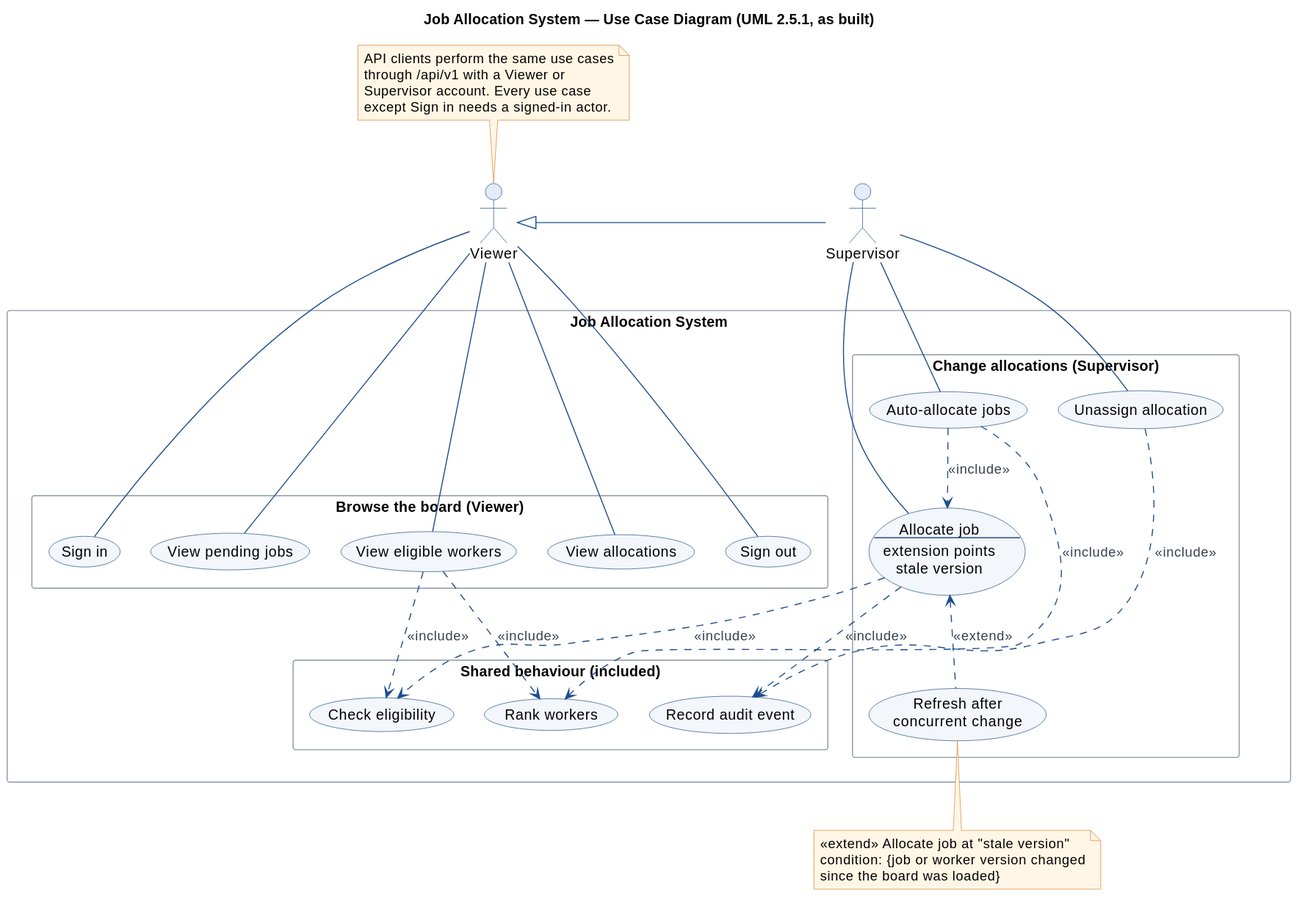
Earlier version of the PlantUML export diagrams/svg/15-usecase.svg (jaricsng/ooad-3tier-job-allocation).
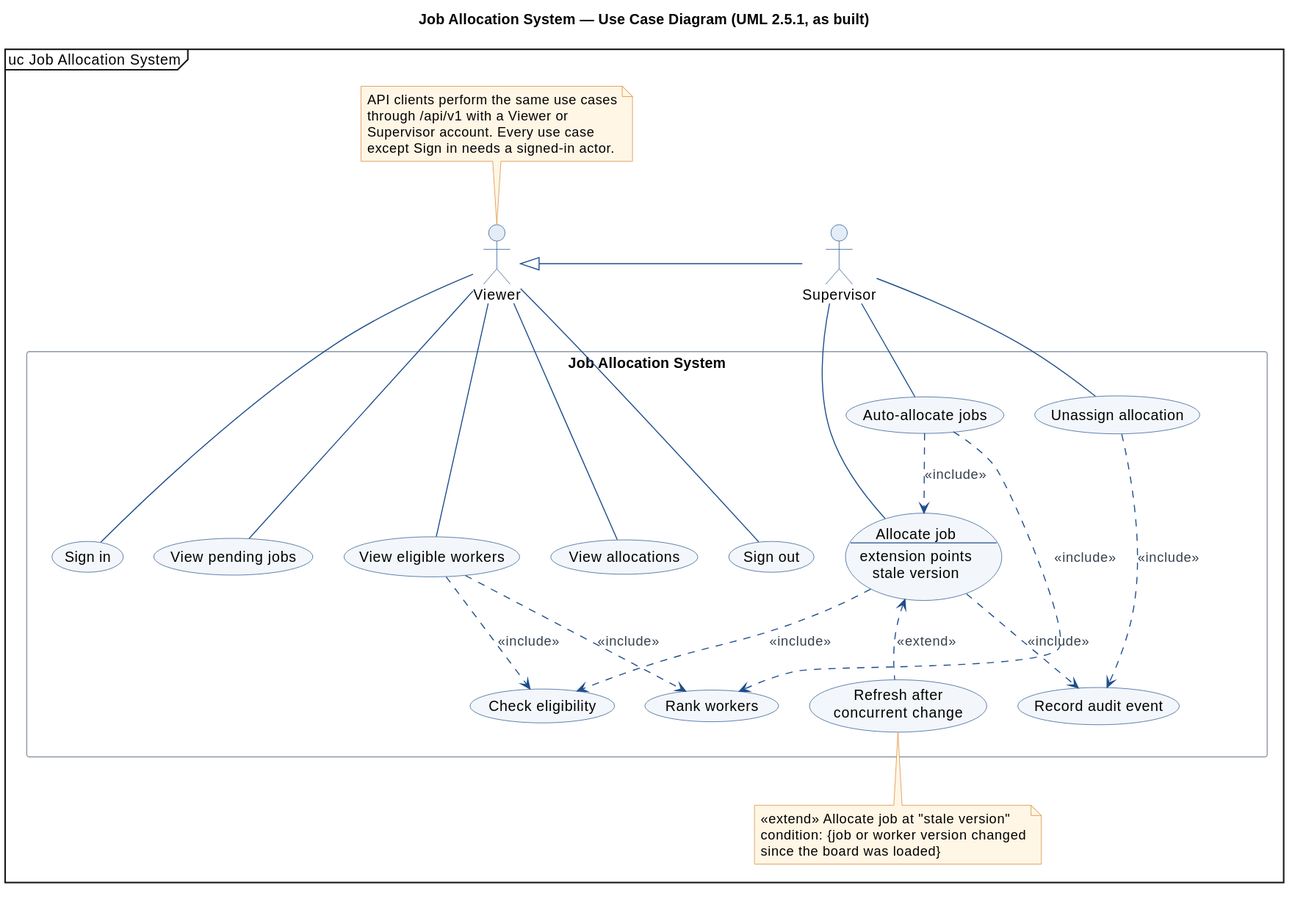
Later version of the same file.

Diff of the diagram source:
```diff
@@ -1,5 +1,6 @@
 @startuml
 !include style.iuml
+mainframe uc Job Allocation System
 skinparam usecaseBackgroundColor #F3F6FA
 skinparam usecaseBorderColor #1E4E8C
 skinparam packageStyle rectangle
@@ -13,23 +14,23 @@
 actor "Supervisor" as S
 
 rectangle "Job Allocation System" {
-  package "Browse the board (Viewer)" as P_VIEW {
+  together {
     usecase "View allocations" as UC_LIST
     usecase "Sign out" as UC_OUT
     usecase "Sign in" as UC_IN
     usecase "View pending jobs" as UC_JOBS
     usecase "View eligible workers" as UC_ELIG
   }
-  package "Change allocations (Supervisor)" as P_CHANGE {
+  together {
     usecase "Allocate job\n--\nextension points\nstale version" as UC_ALLOC
     usecase "Auto-allocate jobs" as UC_AUTO
     usecase "Unassign allocation" as UC_UN
+  }
+  together {
+    usecase "Rank workers" as UC_RANK
+    usecase "Record audit event" as UC_AUDIT
+    usecase "Check eligibility" as UC_CHECK
     usecase "Refresh after\nconcurrent change" as UC_CONFLICT
-  }
-  package "Shared behaviour (included)" as P_SHARED {
-    usecase "Rank workers" as UC_RANK
-    usecase "Check eligibility" as UC_CHECK
-    usecase "Record audit event" as UC_AUDIT
   }
 }
 
@@ -52,7 +53,6 @@
 UC_ALLOC ..> UC_AUDIT : <<include>>
 UC_UN ..> UC_AUDIT : <<include>>
 UC_ALLOC <.. UC_CONFLICT : <<extend>>
-
 note bottom of UC_CONFLICT
   «extend» Allocate job at "stale version"
   condition: {job or worker version changed
```
